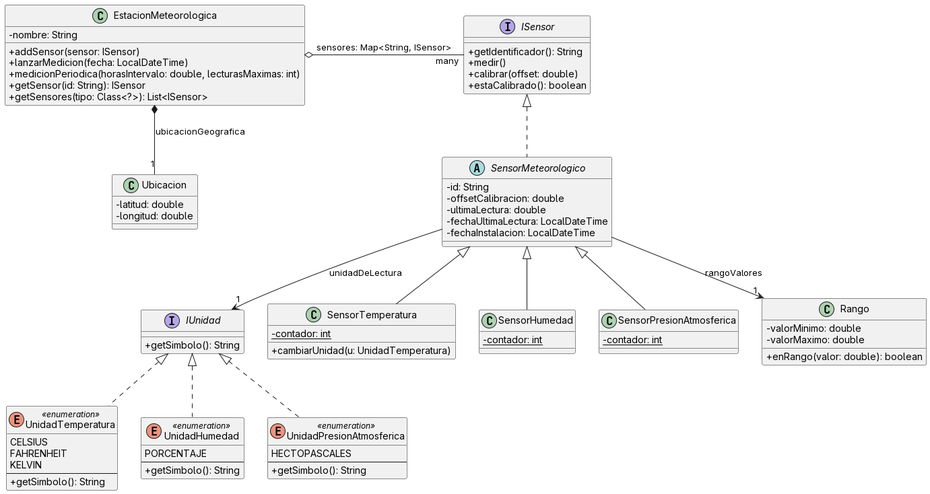
Above: diagrams/estacionMetereologica.png in polo-omez/adsof (PlantUML), before the change.
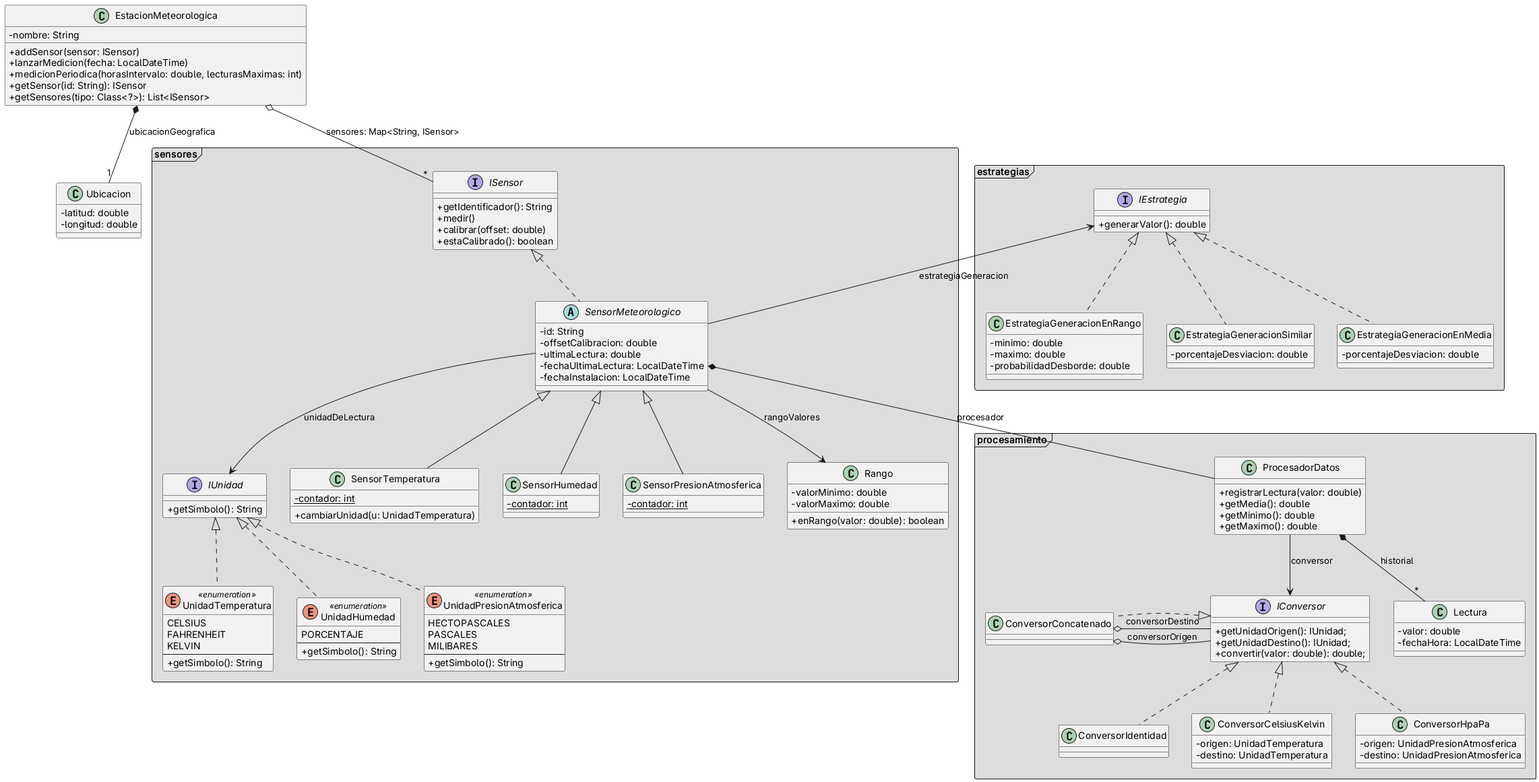
The same diagram one commit later.

Commit message:
apartados 2,3 diagramas

The edit, as a diff of the source:
```diff
@@ -1,57 +1,110 @@
 @startuml
 skinparam classAttributeIconSize 0
 
-interface ISensor {
-    + getIdentificador(): String
-    + medir()
-    + calibrar(offset: double)
-    + estaCalibrado(): boolean
+
+package "sensores" <<Frame>> #DDDDDD{
+  interface ISensor {
+      + getIdentificador(): String
+      + medir()
+      + calibrar(offset: double)
+      + estaCalibrado(): boolean
+  }
+
+  interface IUnidad {
+      + getSimbolo(): String
+  }
+
+  abstract class SensorMeteorologico {
+      - id: String
+      - offsetCalibracion: double
+      - ultimaLectura: double
+      - fechaUltimaLectura: LocalDateTime
+      - fechaInstalacion: LocalDateTime
+  }
+
+  class SensorTemperatura {
+      {static} - contador: int
+      + cambiarUnidad(u: UnidadTemperatura)
+  }
+
+  class SensorHumedad {
+      {static} - contador: int
+  }
+
+  class SensorPresionAtmosferica {
+      {static} - contador: int
+  }
+
+  class Rango {
+      - valorMinimo: double
+      - valorMaximo: double
+      + enRango(valor: double): boolean
+  }
+
+
+  enum UnidadTemperatura <<enumeration>> {
+      CELSIUS
+      FAHRENHEIT
+      KELVIN
+      --
+      + getSimbolo(): String
+  }
+
+  enum UnidadHumedad <<enumeration>> {
+      PORCENTAJE
+      --
+      + getSimbolo(): String
+  }
+
+  enum UnidadPresionAtmosferica <<enumeration>> {
+      HECTOPASCALES
+      PASCALES
+      MILIBARES
+      --
+      + getSimbolo(): String
+  }
+
+
 }
 
-interface IUnidad {
-    + getSimbolo(): String
+package "procesamiento" <<Frame>> #DDDDDD {
+
+interface IConversor{
+  + getUnidadOrigen(): IUnidad;
+  + getUnidadDestino(): IUnidad;
+  + convertir(valor: double): double;
 }
 
-abstract class SensorMeteorologico {
-    - id: String
-    - offsetCalibracion: double
-    - ultimaLectura: double
-    - fechaUltimaLectura: LocalDateTime
-    - fechaInstalacion: LocalDateTime
+    class ProcesadorDatos {
+        + registrarLectura(valor: double)
+        + getMedia(): double
+        + getMinimo(): double
+        + getMaximo(): double
+    }
+    class Lectura {
+        - valor: double
+        - fechaHora: LocalDateTime
+    }
+
+    class ConversorIdentidad {
+    }
+
+    class ConversorCelsiusKelvin {
+        - origen: UnidadTemperatura
+        - destino: UnidadTemperatura
+    }
+
+    class ConversorHpaPa {
+        - origen: UnidadPresionAtmosferica
+        - destino: UnidadPresionAtmosferica
+    }
+
+    class ConversorConcatenado {
+    }
+
 }
 
-class SensorTemperatura {
-    {static} - contador: int
-    + cambiarUnidad(u: UnidadTemperatura)
-}
 
-class SensorHumedad {
-    {static} - contador: int
-}
-
-class SensorPresionAtmosferica {
-    {static} - contador: int
-}
-
-enum UnidadTemperatura <<enumeration>> {
-    CELSIUS
-    FAHRENHEIT
-    KELVIN
-    --
-    + getSimbolo(): String
-}
-
-enum UnidadHumedad <<enumeration>> {
-    PORCENTAJE
-    --
-    + getSimbolo(): String
-}
-
-enum UnidadPresionAtmosferica <<enumeration>> {
-    HECTOPASCALES
-    --
-    + getSimbolo(): String
-}
 
 class EstacionMeteorologica {
     - nombre: String
@@ -67,25 +120,64 @@
     - longitud: double
 }
 
-class Rango {
-    - valorMinimo: double
-    - valorMaximo: double
-    + enRango(valor: double): boolean
+
+
+
+package "estrategias" <<Frame>> #DDDDDD{
+  interface IEstrategia{
+    + generarValor(): double
+  }
+
+  class EstrategiaGeneracionEnRango {
+    - minimo: double
+    - maximo: double
+    - probabilidadDesborde: double
+
+  }
+
+  class EstrategiaGeneracionSimilar {
+    - porcentajeDesviacion: double
+
+  }
+
+  class EstrategiaGeneracionEnMedia{
+    - porcentajeDesviacion: double
+
+  }
 }
 
+ISensor <|.. SensorMeteorologico
 
-ISensor <|.. SensorMeteorologico
 IUnidad <|.. UnidadTemperatura
 IUnidad <|.. UnidadHumedad
 IUnidad <|.. UnidadPresionAtmosferica
+
+IEstrategia <|.. EstrategiaGeneracionEnRango
+IEstrategia <|.. EstrategiaGeneracionSimilar
+IEstrategia <|.. EstrategiaGeneracionEnMedia
+
+IConversor <|.. ConversorIdentidad
+IConversor <|.. ConversorCelsiusKelvin
+IConversor <|.. ConversorHpaPa
+IConversor <|. ConversorConcatenado
 
 SensorMeteorologico <|-- SensorTemperatura
 SensorMeteorologico <|-- SensorHumedad
 SensorMeteorologico <|-- SensorPresionAtmosferica
 
-EstacionMeteorologica o- "many" ISensor : sensores: Map<String, ISensor>
+EstacionMeteorologica o-- "*" ISensor : sensores: Map<String, ISensor>
 EstacionMeteorologica *-- "1" Ubicacion : ubicacionGeografica
 
-SensorMeteorologico --> "1" Rango : rangoValores
-SensorMeteorologico --> "1" IUnidad : unidadDeLectura
+SensorMeteorologico *--  ProcesadorDatos : "procesador"
+
+ProcesadorDatos *-- "*" Lectura: historial
+ConversorConcatenado o-- IConversor: conversorOrigen
+ConversorConcatenado o-- IConversor: conversorDestino
+
+SensorMeteorologico -->  Rango : rangoValores
+SensorMeteorologico -->  IUnidad : unidadDeLectura
+SensorMeteorologico -up-> IEstrategia: estrategiaGeneracion
+
+ProcesadorDatos -->  IConversor: conversor
+
 @enduml
```
